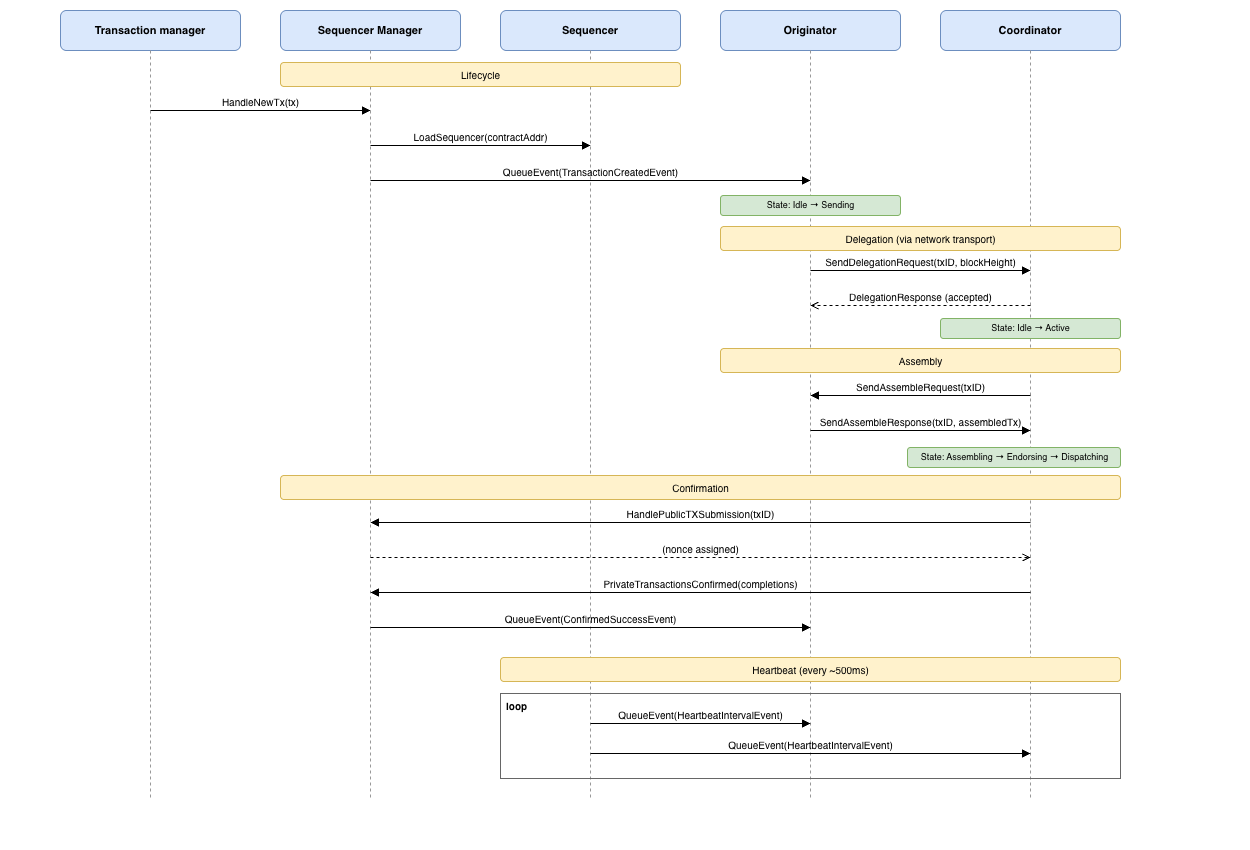
Before: doc-site/docs/architecture/diagrams/paladin-sequencer-tx-flow.png, a diagram exported from draw.io (yosrahelal/paladin). Source tidied: cells renumbered, new cells last; positions are measured from the earlier drawing's top-left corner, leaving out a move shared by most shapes.
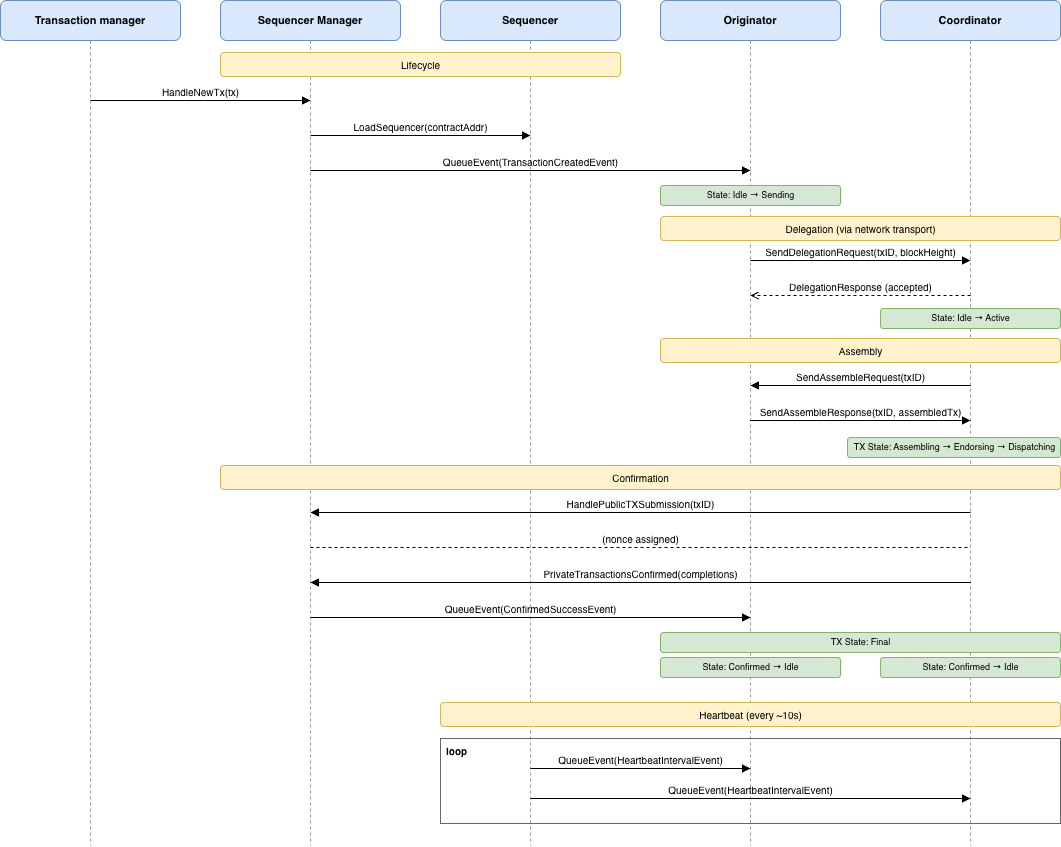
The same diagram one commit later.

The edit, as a diff of the source:
```diff
@@ -20,31 +20,31 @@
     <mxCell id="7" style="endArrow=none;html=1;dashed=1;strokeColor=#999999;" parent="1" edge="1">
       <mxGeometry relative="1" as="geometry">
         <mxPoint x="90" y="40" as="sourcePoint" />
-        <mxPoint x="90" y="790" as="targetPoint" />
+        <mxPoint x="90" y="845" as="targetPoint" />
       </mxGeometry>
     </mxCell>
     <mxCell id="8" style="endArrow=none;html=1;dashed=1;strokeColor=#999999;" parent="1" edge="1">
       <mxGeometry relative="1" as="geometry">
         <mxPoint x="310" y="40" as="sourcePoint" />
-        <mxPoint x="310" y="790" as="targetPoint" />
+        <mxPoint x="310" y="845" as="targetPoint" />
       </mxGeometry>
     </mxCell>
     <mxCell id="9" style="endArrow=none;html=1;dashed=1;strokeColor=#999999;" parent="1" edge="1">
       <mxGeometry relative="1" as="geometry">
         <mxPoint x="530" y="40" as="sourcePoint" />
-        <mxPoint x="530" y="790" as="targetPoint" />
+        <mxPoint x="530" y="845" as="targetPoint" />
       </mxGeometry>
     </mxCell>
     <mxCell id="10" style="endArrow=none;html=1;dashed=1;strokeColor=#999999;" parent="1" edge="1">
       <mxGeometry relative="1" as="geometry">
         <mxPoint x="750" y="40" as="sourcePoint" />
-        <mxPoint x="750" y="790" as="targetPoint" />
+        <mxPoint x="750" y="845" as="targetPoint" />
       </mxGeometry>
     </mxCell>
     <mxCell id="11" style="endArrow=none;html=1;dashed=1;strokeColor=#999999;" parent="1" edge="1">
       <mxGeometry relative="1" as="geometry">
         <mxPoint x="970" y="40" as="sourcePoint" />
-        <mxPoint x="970" y="790" as="targetPoint" />
+        <mxPoint x="970" y="845" as="targetPoint" />
       </mxGeometry>
     </mxCell>
     <mxCell id="12" value="Lifecycle" style="text;html=1;align=center;verticalAlign=middle;strokeColor=#d6b656;fillColor=#fff2cc;rounded=1;fontSize=10;" parent="1" vertex="1">
@@ -104,7 +104,7 @@
         <mxPoint x="970" y="420" as="targetPoint" />
       </mxGeometry>
     </mxCell>
-    <mxCell id="24" value="State: Assembling → Endorsing → Dispatching" style="text;html=1;align=center;verticalAlign=middle;strokeColor=#82b366;fillColor=#d5e8d4;rounded=1;fontSize=9;" parent="1" vertex="1">
+    <mxCell id="24" value="TX State: Assembling → Endorsing → Dispatching" style="text;html=1;align=center;verticalAlign=middle;strokeColor=#82b366;fillColor=#d5e8d4;rounded=1;fontSize=9;" parent="1" vertex="1">
       <mxGeometry x="847" y="437" width="213" height="20" as="geometry" />
     </mxCell>
     <mxCell id="25" value="Confirmation" style="text;html=1;align=center;verticalAlign=middle;strokeColor=#d6b656;fillColor=#fff2cc;rounded=1;fontSize=10;" parent="1" vertex="1">
@@ -116,7 +116,7 @@
         <mxPoint x="310" y="512" as="targetPoint" />
       </mxGeometry>
     </mxCell>
-    <mxCell id="27" value="(nonce assigned)" style="endArrow=open;endFill=0;html=1;fontSize=10;dashed=1;labelBackgroundColor=none;verticalAlign=bottom;" parent="1" edge="1">
+    <mxCell id="27" value="(nonce assigned)" style="endArrow=none;html=1;fontSize=10;dashed=1;labelBackgroundColor=none;verticalAlign=bottom;" parent="1" edge="1">
       <mxGeometry relative="1" as="geometry">
         <mxPoint x="310" y="547" as="sourcePoint" />
         <mxPoint x="970" y="547" as="targetPoint" />
@@ -134,22 +134,31 @@
         <mxPoint x="750" y="617" as="targetPoint" />
       </mxGeometry>
     </mxCell>
+    <mxCell id="34" value="TX State: Final" style="text;html=1;align=center;verticalAlign=middle;strokeColor=#82b366;fillColor=#d5e8d4;rounded=1;fontSize=9;" parent="1" vertex="1">
+      <mxGeometry x="660" y="632" width="400" height="20" as="geometry" />
+    </mxCell>
+    <mxCell id="35" value="State: Confirmed → Idle" style="text;html=1;align=center;verticalAlign=middle;strokeColor=#82b366;fillColor=#d5e8d4;rounded=1;fontSize=9;" parent="1" vertex="1">
+      <mxGeometry x="660" y="657" width="180" height="20" as="geometry" />
+    </mxCell>
+    <mxCell id="36" value="State: Confirmed → Idle" style="text;html=1;align=center;verticalAlign=middle;strokeColor=#82b366;fillColor=#d5e8d4;rounded=1;fontSize=9;" parent="1" vertex="1">
+      <mxGeometry x="880" y="657" width="180" height="20" as="geometry" />
+    </mxCell>
-    <mxCell id="30" value="Heartbeat (every ~500ms)" style="text;html=1;align=center;verticalAlign=middle;strokeColor=#d6b656;fillColor=#fff2cc;rounded=1;fontSize=10;" parent="1" vertex="1">
-      <mxGeometry x="440" y="647" width="620" height="24" as="geometry" />
+    <mxCell id="30" value="Heartbeat (every ~10s)" style="text;html=1;align=center;verticalAlign=middle;strokeColor=#d6b656;fillColor=#fff2cc;rounded=1;fontSize=10;" parent="1" vertex="1">
+      <mxGeometry x="440" y="702" width="620" height="24" as="geometry" />
     </mxCell>
     <mxCell id="31" value="loop" style="text;html=1;align=left;verticalAlign=top;strokeColor=#666666;fillColor=none;rounded=0;fontSize=10;fontStyle=1;spacingLeft=4;" parent="1" vertex="1">
-      <mxGeometry x="440" y="683" width="620" height="85" as="geometry" />
+      <mxGeometry x="440" y="738" width="620" height="85" as="geometry" />
     </mxCell>
     <mxCell id="32" value="QueueEvent(HeartbeatIntervalEvent)" style="endArrow=block;endFill=1;html=1;fontSize=10;labelBackgroundColor=none;verticalAlign=bottom;" parent="1" edge="1">
       <mxGeometry relative="1" as="geometry">
-        <mxPoint x="530" y="713" as="sourcePoint" />
-        <mxPoint x="750" y="713" as="targetPoint" />
+        <mxPoint x="530" y="768" as="sourcePoint" />
+        <mxPoint x="750" y="768" as="targetPoint" />
       </mxGeometry>
     </mxCell>
     <mxCell id="33" value="QueueEvent(HeartbeatIntervalEvent)" style="endArrow=block;endFill=1;html=1;fontSize=10;labelBackgroundColor=none;verticalAlign=bottom;" parent="1" edge="1">
       <mxGeometry relative="1" as="geometry">
-        <mxPoint x="530" y="743" as="sourcePoint" />
-        <mxPoint x="970" y="743" as="targetPoint" />
+        <mxPoint x="530" y="798" as="sourcePoint" />
+        <mxPoint x="970" y="798" as="targetPoint" />
       </mxGeometry>
     </mxCell>
   </root>
```
